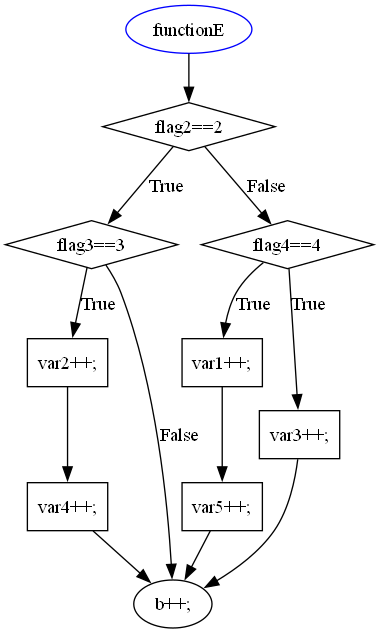
Above: image/flowchart_image/functionE.png in hyu7000/GenFlowChart (Graphviz), before the change. Its source is kept beside it as image/flowchart_image/functionE.dot. Its diagram source:
```dot
digraph G {
rankdir=TB;
functionE [color=blue, shape=ellipse];
"flag2==2__0" [label="flag2==2", shape=diamond];
functionE -> "flag2==2__0"  [label=""];
"flag3==3__0" [label="flag3==3", shape=diamond];
"flag2==2__0" -> "flag3==3__0"  [label=True];
"var2++;__0" [label="var2++;", shape=rectangle];
"flag3==3__0" -> "var2++;__0"  [label=True];
"var4++;__0" [label="var4++;", shape=rectangle];
"var2++;__0" -> "var4++;__0"  [label=""];
"flag4==4__0" [label="flag4==4", shape=diamond];
"flag2==2__0" -> "flag4==4__0"  [label=False];
"var1++;__0" [label="var1++;", shape=rectangle];
"flag4==4__0" -> "var1++;__0"  [label=True];
"var5++;__0" [label="var5++;", shape=rectangle];
"var1++;__0" -> "var5++;__0"  [label=""];
"var3++;__0" [label="var3++;", shape=rectangle];
"flag4==4__0" -> "var3++;__0"  [label=True];
"b++;__0" [label="b++;", shape=rectangle];
"var4++;__0" -> "b++;__0"  [label=""];
"var5++;__0" -> "b++;__0"  [label=""];
"var3++;__0" -> "b++;__0"  [label=""];
"flag3==3__0" -> "b++;__0"  [label=False];
"b++;__0" [shape=ellipse];
}
```
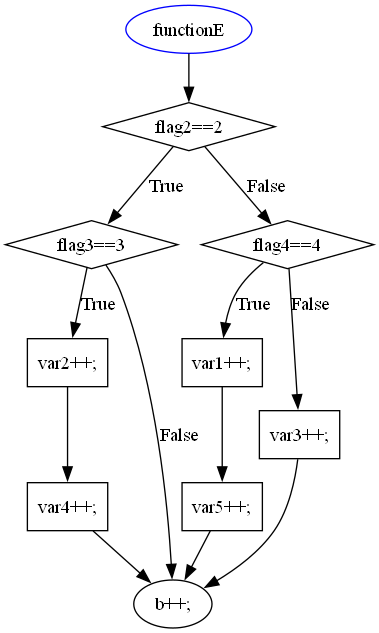
After the commit.

What changed in the source:
```diff
@@ -16,7 +16,7 @@
 "var5++;__0" [label="var5++;", shape=rectangle];
 "var1++;__0" -> "var5++;__0"  [label=""];
 "var3++;__0" [label="var3++;", shape=rectangle];
-"flag4==4__0" -> "var3++;__0"  [label=True];
+"flag4==4__0" -> "var3++;__0"  [label=False];
 "b++;__0" [label="b++;", shape=rectangle];
 "var4++;__0" -> "b++;__0"  [label=""];
 "var5++;__0" -> "b++;__0"  [label=""];
```
